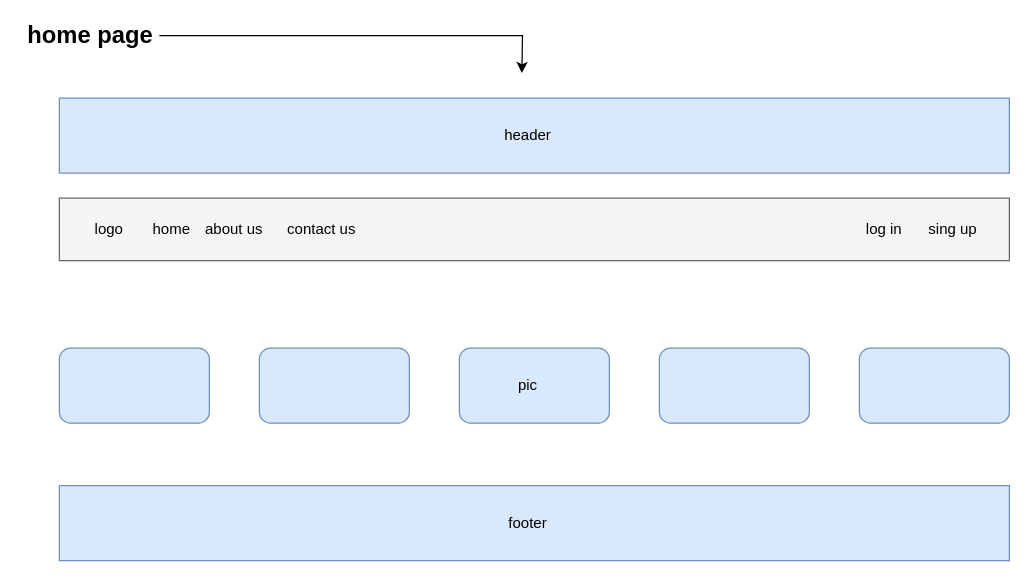
This is Aim Printers.drawio from hariyah/software-, a draw.io file, before an edit. Source tidied: cells renumbered, new cells numbered last; positions are measured from the earlier drawing's top-left corner, leaving out a move shared by most shapes. Both pictures are drawn from the tidied source at 125%, with x=0, y=0 at pixel (21, 22).
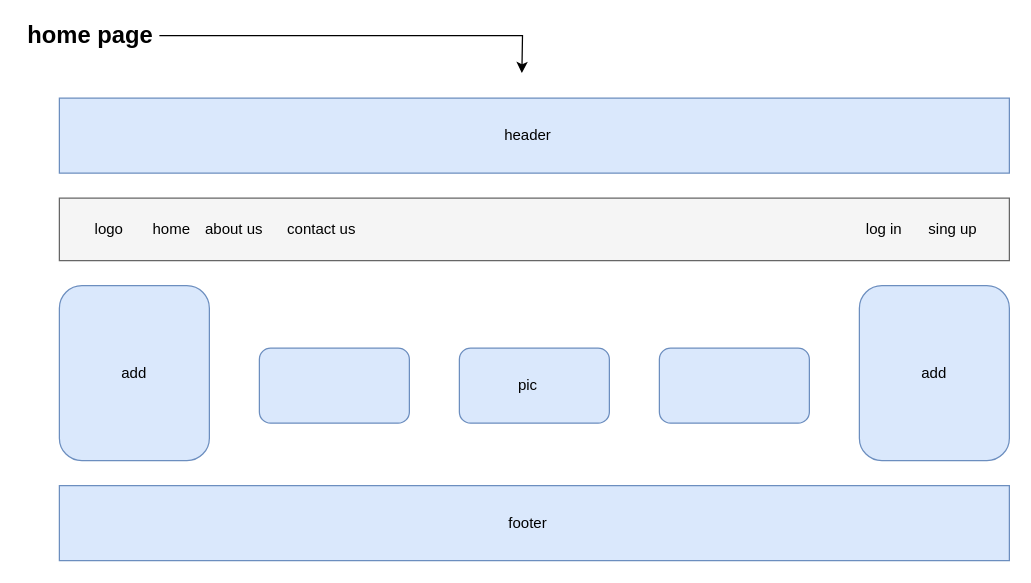
After the change.

Change to the diagram source:
```diff
@@
-    <mxCell id="7" style="rounded=1;whiteSpace=wrap;html=1;fillColor=#dae8fc;strokeColor=#6c8ebf;" parent="1" vertex="1">
-      <mxGeometry x="670" y="260" width="120" height="60" as="geometry" />
+    <mxCell id="7" value="add" style="rounded=1;whiteSpace=wrap;html=1;fillColor=#dae8fc;strokeColor=#6c8ebf;" parent="1" vertex="1">
+      <mxGeometry x="670" y="210" width="120" height="140" as="geometry" />
     </mxCell>
@@
-    <mxCell id="10" style="rounded=1;whiteSpace=wrap;html=1;fillColor=#dae8fc;strokeColor=#6c8ebf;" parent="1" vertex="1">
-      <mxGeometry x="30" y="260" width="120" height="60" as="geometry" />
+    <mxCell id="10" value="add" style="rounded=1;whiteSpace=wrap;html=1;fillColor=#dae8fc;strokeColor=#6c8ebf;" parent="1" vertex="1">
+      <mxGeometry x="30" y="210" width="120" height="140" as="geometry" />
     </mxCell>
```
